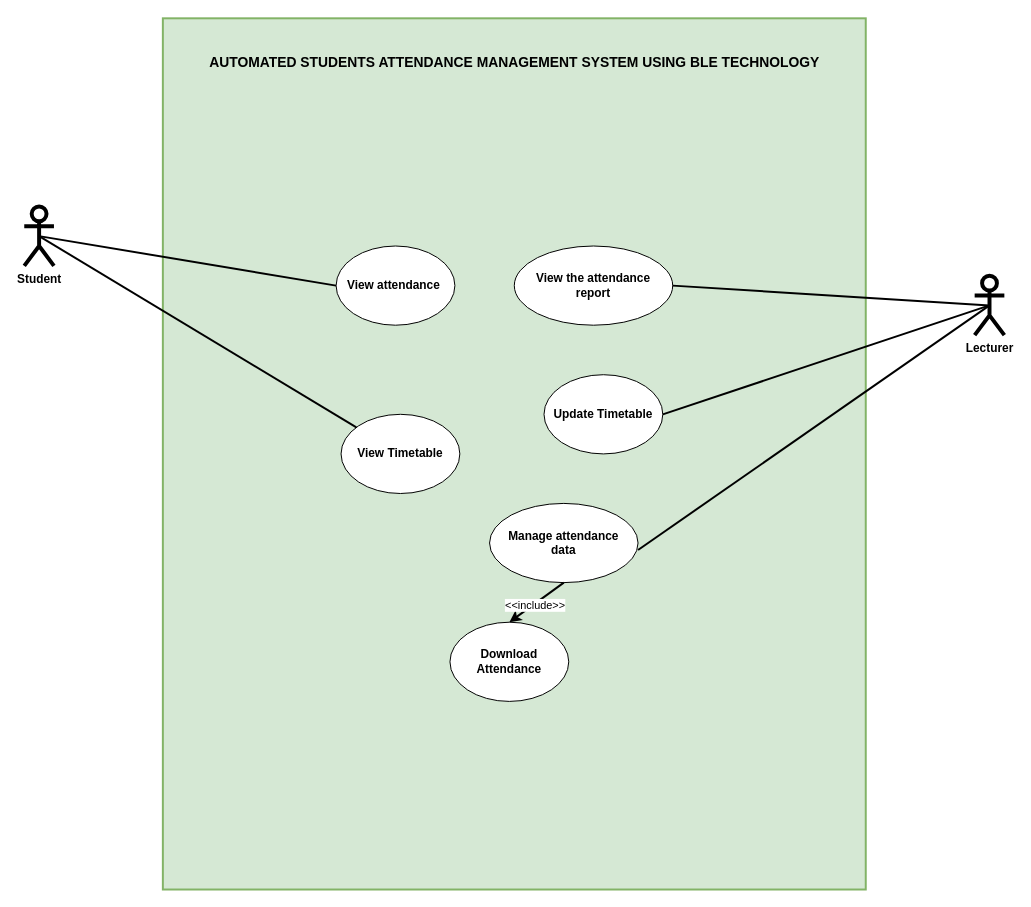
Above: documents/diagrams/usecase.drawio in Uncode15/presentation (draw.io), before the change. Source tidied: cells renumbered, new cells numbered last; positions are measured from the earlier drawing's top-left corner, leaving out a move shared by most shapes. Both pictures are drawn from the tidied source at 99%, with x=0, y=0 at pixel (24, 18).
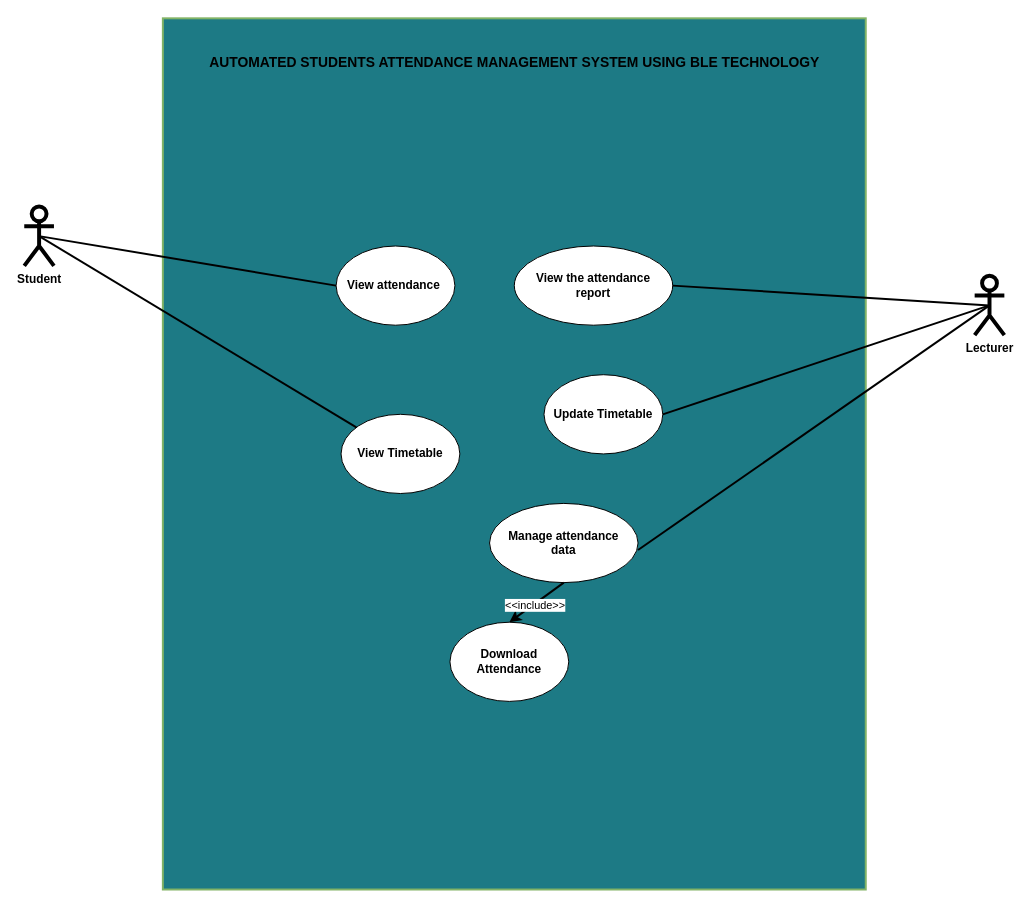
Above is the later version.

Change to the diagram source:
```diff
@@
 <mxGraphModel>
   <root>
     <mxCell id="0" />
     <mxCell id="1" parent="0" />
-    <mxCell id="2" style="rounded=0;whiteSpace=wrap;html=1;strokeWidth=2;fillColor=#d5e8d4;strokeColor=#82b366;" parent="1" vertex="1">
+    <mxCell id="2" style="rounded=0;whiteSpace=wrap;html=1;strokeWidth=2;fillColor=#1D7A85;strokeColor=#82b366;" parent="1" vertex="1">
       <mxGeometry x="140" width="710" height="880" as="geometry" />
     </mxCell>
     <mxCell id="3" value="&lt;b&gt;Student&lt;/b&gt;" style="shape=umlActor;verticalLabelPosition=bottom;verticalAlign=top;html=1;outlineConnect=0;strokeWidth=4;" parent="1" vertex="1">
       <mxGeometry y="190" width="30" height="60" as="geometry" />
     </mxCell>
     <mxCell id="4" value="&lt;b&gt;Lecturer&lt;/b&gt;" style="shape=umlActor;verticalLabelPosition=bottom;verticalAlign=top;html=1;outlineConnect=0;strokeWidth=4;" parent="1" vertex="1">
       <mxGeometry x="960" y="260" width="30" height="60" as="geometry" />
     </mxCell>
     <mxCell id="5" value="&lt;b&gt;View the attendance &lt;br&gt;report&lt;/b&gt;" style="ellipse;whiteSpace=wrap;html=1;" parent="1" vertex="1">
       <mxGeometry x="495" y="230" width="160" height="80" as="geometry" />
     </mxCell>
     <mxCell id="6" value="&lt;b&gt;View attendance&amp;nbsp;&lt;/b&gt;" style="ellipse;whiteSpace=wrap;html=1;" parent="1" vertex="1">
       <mxGeometry x="315" y="230" width="120" height="80" as="geometry" />
     </mxCell>
     <mxCell id="7" value="&lt;b&gt;Manage attendance &lt;br&gt;data&lt;/b&gt;" style="ellipse;whiteSpace=wrap;html=1;" parent="1" vertex="1">
       <mxGeometry x="470" y="490" width="150" height="80" as="geometry" />
     </mxCell>
     <mxCell id="8" value="&lt;b&gt;Update Timetable&lt;/b&gt;" style="ellipse;whiteSpace=wrap;html=1;" parent="1" vertex="1">
       <mxGeometry x="525" y="360" width="120" height="80" as="geometry" />
     </mxCell>
     <mxCell id="9" style="endArrow=none;html=1;rounded=0;strokeWidth=2;entryX=0.5;entryY=0.5;entryDx=0;entryDy=0;entryPerimeter=0;exitX=0;exitY=0.5;exitDx=0;exitDy=0;" parent="1" edge="1" source="6" target="3">
       <mxGeometry relative="1" as="geometry" />
     </mxCell>
     <mxCell id="10" style="endArrow=none;html=1;rounded=0;entryX=0.5;entryY=0.5;entryDx=0;entryDy=0;entryPerimeter=0;exitX=1;exitY=0.5;exitDx=0;exitDy=0;strokeWidth=2;" parent="1" edge="1" source="5" target="4">
       <mxGeometry relative="1" as="geometry" />
     </mxCell>
     <mxCell id="11" style="endArrow=none;html=1;rounded=0;entryX=0.5;entryY=0.5;entryDx=0;entryDy=0;entryPerimeter=0;exitX=1;exitY=0.5;exitDx=0;exitDy=0;strokeWidth=2;" parent="1" edge="1" source="8" target="4">
       <mxGeometry relative="1" as="geometry" />
     </mxCell>
     <mxCell id="12" style="endArrow=none;html=1;rounded=0;exitX=1;exitY=0.588;exitDx=0;exitDy=0;strokeWidth=2;exitPerimeter=0;entryX=0.5;entryY=0.5;entryDx=0;entryDy=0;entryPerimeter=0;" parent="1" edge="1" source="7" target="4">
       <mxGeometry relative="1" as="geometry" />
     </mxCell>
     <mxCell id="13" value="&lt;b&gt;Download Attendance&lt;/b&gt;" style="ellipse;whiteSpace=wrap;html=1;" parent="1" vertex="1">
       <mxGeometry x="430" y="610" width="120" height="80" as="geometry" />
     </mxCell>
     <mxCell id="14" style="endArrow=classic;html=1;rounded=0;strokeWidth=2;exitX=0.5;exitY=1;exitDx=0;exitDy=0;entryX=0.5;entryY=0;entryDx=0;entryDy=0;" parent="1" edge="1" source="7" target="13">
       <mxGeometry relative="1" as="geometry" />
     </mxCell>
     <mxCell id="15" value="&amp;lt;&amp;lt;include&amp;gt;&amp;gt;" style="edgeLabel;html=1;align=center;verticalAlign=middle;" parent="14" vertex="1">
       <mxGeometry x="0.1" y="1" relative="1" as="geometry" />
     </mxCell>
     <mxCell id="16" value="&lt;b&gt;View Timetable&lt;/b&gt;" style="ellipse;whiteSpace=wrap;html=1;" parent="1" vertex="1">
       <mxGeometry x="320" y="400" width="120" height="80" as="geometry" />
     </mxCell>
     <mxCell id="17" style="endArrow=none;html=1;rounded=0;strokeWidth=2;entryX=0.5;entryY=0.5;entryDx=0;entryDy=0;entryPerimeter=0;" parent="1" edge="1" source="16" target="3">
       <mxGeometry relative="1" as="geometry" />
     </mxCell>
     <mxCell id="18" value="&lt;b&gt;&lt;font style=&quot;font-size: 14px;&quot;&gt;AUTOMATED STUDENTS ATTENDANCE MANAGEMENT SYSTEM USING BLE TECHNOLOGY&lt;/font&gt;&lt;/b&gt;" style="text;html=1;align=center;verticalAlign=middle;strokeColor=none;fillColor=none;" parent="1" vertex="1">
       <mxGeometry x="175" y="30" width="640" height="30" as="geometry" />
     </mxCell>
   </root>
 </mxGraphModel>
```
